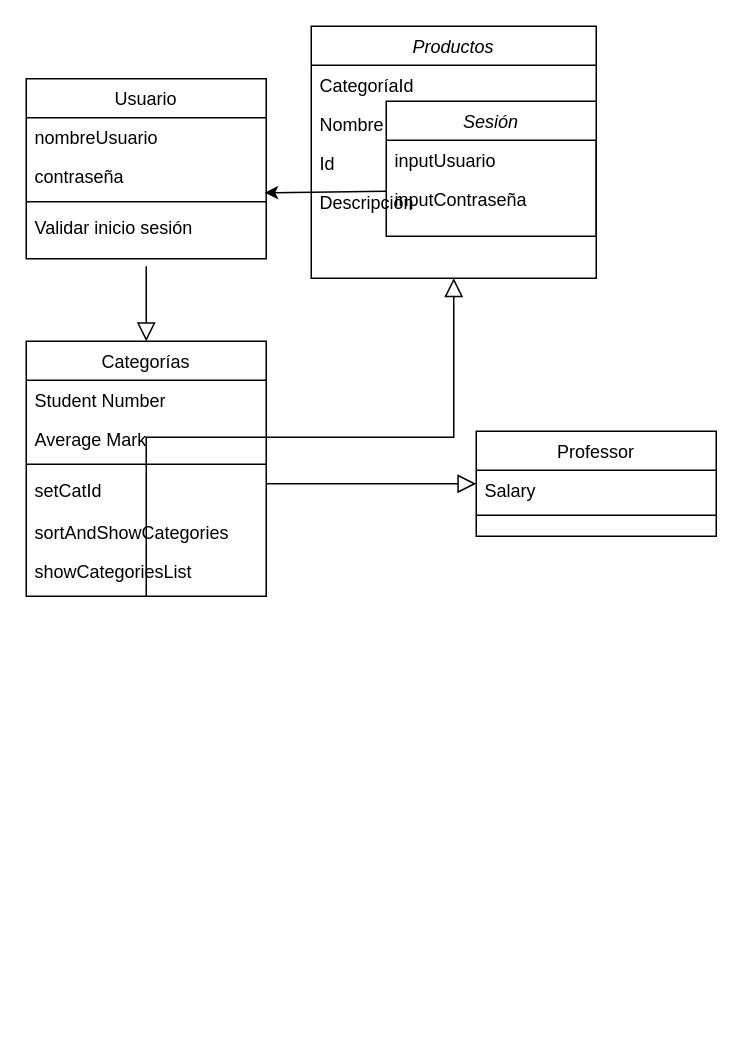
The draw.io diagram Diagrama sin título.drawio in CamilaApai/workspace-jap, before the edit. Source tidied: cells renumbered, new cells numbered last; positions are measured from the earlier drawing's top-left corner, leaving out a move shared by most shapes. Both pictures are drawn from the tidied source at 150%, with x=0, y=0 at pixel (26, 26).
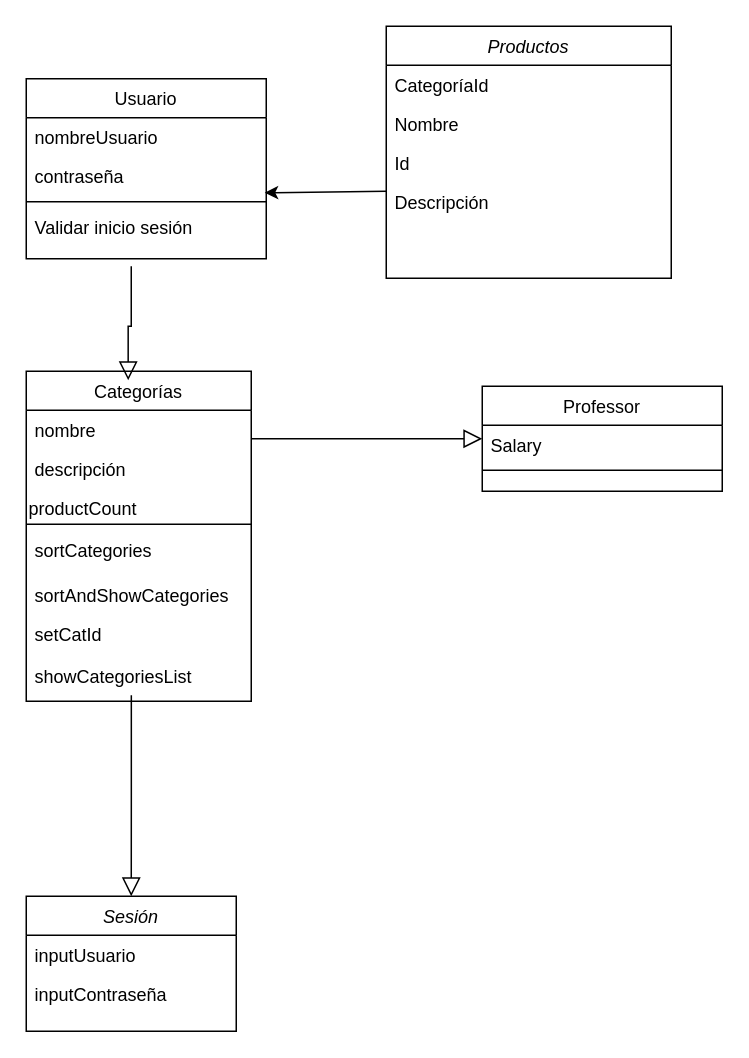
The same page after the edit.

Diff of the diagram source:
```diff
@@
     <mxCell id="2" value="Productos" style="swimlane;fontStyle=2;align=center;verticalAlign=top;horizontal=1;startSize=26;rounded=0;shadow=0;strokeWidth=1;" parent="1" vertex="1">
-      <mxGeometry x="190" width="190" height="168" as="geometry" />
+      <mxGeometry x="240" width="190" height="168" as="geometry" />
     </mxCell>
@@
     <mxCell id="7" value="Categorías" style="swimlane;fontStyle=0;align=center;verticalAlign=top;horizontal=1;startSize=26;rounded=0;shadow=0;strokeWidth=1;" parent="1" vertex="1">
-      <mxGeometry y="210" width="160" height="170" as="geometry" />
+      <mxGeometry y="230" width="150" height="220" as="geometry" />
     </mxCell>
-    <mxCell id="8" value="Student Number" style="text;align=left;verticalAlign=top;spacingLeft=4;spacingRight=4;overflow=hidden;" parent="7" vertex="1">
-      <mxGeometry y="26" width="160" height="26" as="geometry" />
+    <mxCell id="8" value="nombre" style="text;align=left;verticalAlign=top;spacingLeft=4;spacingRight=4;overflow=hidden;" parent="7" vertex="1">
+      <mxGeometry y="26" width="150" height="26" as="geometry" />
     </mxCell>
-    <mxCell id="9" value="Average Mark" style="text;align=left;verticalAlign=top;spacingLeft=4;spacingRight=4;overflow=hidden;rounded=0;shadow=0;html=0;" parent="7" vertex="1">
-      <mxGeometry y="52" width="160" height="26" as="geometry" />
+    <mxCell id="9" value="descripción" style="text;align=left;verticalAlign=top;spacingLeft=4;spacingRight=4;overflow=hidden;rounded=0;shadow=0;html=0;" parent="7" vertex="1">
+      <mxGeometry y="52" width="150" height="26" as="geometry" />
     </mxCell>
-    <mxCell id="10" style="line;html=1;strokeWidth=1;align=left;verticalAlign=middle;spacingTop=-1;spacingLeft=3;spacingRight=3;labelPosition=right;" parent="7" vertex="1">
-      <mxGeometry y="78" width="160" height="8" as="geometry" />
-    </mxCell>
+    <mxCell id="29" style="edgeStyle=orthogonalEdgeStyle;rounded=0;orthogonalLoop=1;jettySize=auto;html=1;exitX=0.5;exitY=1;exitDx=0;exitDy=0;" parent="7" edge="1" source="30" target="30">
+      <mxGeometry relative="1" as="geometry" />
+    </mxCell>
+    <mxCell id="30" value="productCount&lt;div style=&quot;border-color: var(--border-color); padding: 0px; margin: 0px;&quot;&gt;&lt;br style=&quot;border-color: var(--border-color); padding: 0px; margin: 0px; color: rgb(0, 0, 0); font-family: Helvetica; font-size: 12px; font-style: normal; font-variant-ligatures: normal; font-variant-caps: normal; font-weight: 400; letter-spacing: normal; orphans: 2; text-align: left; text-indent: 0px; text-transform: none; widows: 2; word-spacing: 0px; -webkit-text-stroke-width: 0px; background-color: rgb(251, 251, 251); text-decoration-thickness: initial; text-decoration-style: initial; text-decoration-color: initial;&quot;&gt;&#10;&#10;&lt;/div&gt;" style="text;whiteSpace=wrap;html=1;" parent="7" vertex="1">
+      <mxGeometry y="78" width="150" height="20" as="geometry" />
+    </mxCell>
+    <mxCell id="31" style="line;html=1;strokeWidth=1;align=left;verticalAlign=middle;spacingTop=-1;spacingLeft=3;spacingRight=3;labelPosition=right;" parent="7" vertex="1">
+      <mxGeometry y="98" width="150" height="8" as="geometry" />
+    </mxCell>
+    <mxCell id="32" value="sortCategories" style="text;align=left;verticalAlign=top;spacingLeft=4;spacingRight=4;overflow=hidden;fontStyle=0;" parent="7" vertex="1">
+      <mxGeometry y="106" width="150" height="30" as="geometry" />
+    </mxCell>
+    <mxCell id="12" value="sortAndShowCategories" style="text;align=left;verticalAlign=top;spacingLeft=4;spacingRight=4;overflow=hidden;fontStyle=0;" parent="7" vertex="1">
+      <mxGeometry y="136" width="150" height="26" as="geometry" />
+    </mxCell>
     <mxCell id="11" value="setCatId" style="text;align=left;verticalAlign=top;spacingLeft=4;spacingRight=4;overflow=hidden;" parent="7" vertex="1">
-      <mxGeometry y="86" width="160" height="28" as="geometry" />
+      <mxGeometry y="162" width="150" height="28" as="geometry" />
     </mxCell>
-    <mxCell id="12" value="sortAndShowCategories" style="text;align=left;verticalAlign=top;spacingLeft=4;spacingRight=4;overflow=hidden;fontStyle=0;" parent="7" vertex="1">
-      <mxGeometry y="114" width="160" height="26" as="geometry" />
-    </mxCell>
     <mxCell id="13" value="showCategoriesList" style="text;align=left;verticalAlign=top;spacingLeft=4;spacingRight=4;overflow=hidden;points=[[0,0.5],[1,0.5]];portConstraint=eastwest;fontStyle=0;" parent="7" vertex="1">
-      <mxGeometry y="140" width="160" height="26" as="geometry" />
+      <mxGeometry y="190" width="150" height="30" as="geometry" />
     </mxCell>
-    <mxCell id="14" style="endArrow=block;endSize=10;endFill=0;shadow=0;strokeWidth=1;rounded=0;edgeStyle=elbowEdgeStyle;elbow=vertical;entryX=0.5;entryY=0;entryDx=0;entryDy=0;" parent="1" edge="1" target="7">
+    <mxCell id="14" style="endArrow=block;endSize=10;endFill=0;shadow=0;strokeWidth=1;rounded=0;edgeStyle=elbowEdgeStyle;elbow=vertical;entryX=0.453;entryY=0.027;entryDx=0;entryDy=0;entryPerimeter=0;" parent="1" edge="1" target="7">
       <mxGeometry relative="1" as="geometry">
-        <mxPoint x="80" y="160" as="sourcePoint" />
+        <mxPoint x="70" y="160" as="sourcePoint" />
+        <Array as="points">
+          <mxPoint x="70" y="200" />
+        </Array>
       </mxGeometry>
     </mxCell>
     <mxCell id="15" value="Professor" style="swimlane;fontStyle=0;align=center;verticalAlign=top;horizontal=1;startSize=26;rounded=0;shadow=0;strokeWidth=1;" parent="1" vertex="1">
-      <mxGeometry x="300" y="270" width="160" height="70" as="geometry" />
+      <mxGeometry x="304" y="240" width="160" height="70" as="geometry" />
     </mxCell>
@@
     <mxCell id="24" value="Sesión" style="swimlane;fontStyle=2;align=center;verticalAlign=top;horizontal=1;startSize=26;rounded=0;shadow=0;strokeWidth=1;" parent="1" vertex="1">
-      <mxGeometry x="240" y="50" width="140" height="90" as="geometry" />
+      <mxGeometry y="580" width="140" height="90" as="geometry" />
     </mxCell>
@@
-    <mxCell id="28" style="endArrow=block;endSize=10;endFill=0;shadow=0;strokeWidth=1;rounded=0;edgeStyle=elbowEdgeStyle;elbow=vertical;exitX=0.5;exitY=1;exitDx=0;exitDy=0;" parent="1" edge="1" source="7" target="2">
+    <mxCell id="28" style="endArrow=block;endSize=10;endFill=0;shadow=0;strokeWidth=1;rounded=0;edgeStyle=elbowEdgeStyle;elbow=vertical;exitX=0.467;exitY=0.867;exitDx=0;exitDy=0;exitPerimeter=0;" parent="1" edge="1" source="13" target="24">
       <mxGeometry relative="1" as="geometry" />
     </mxCell>
```
